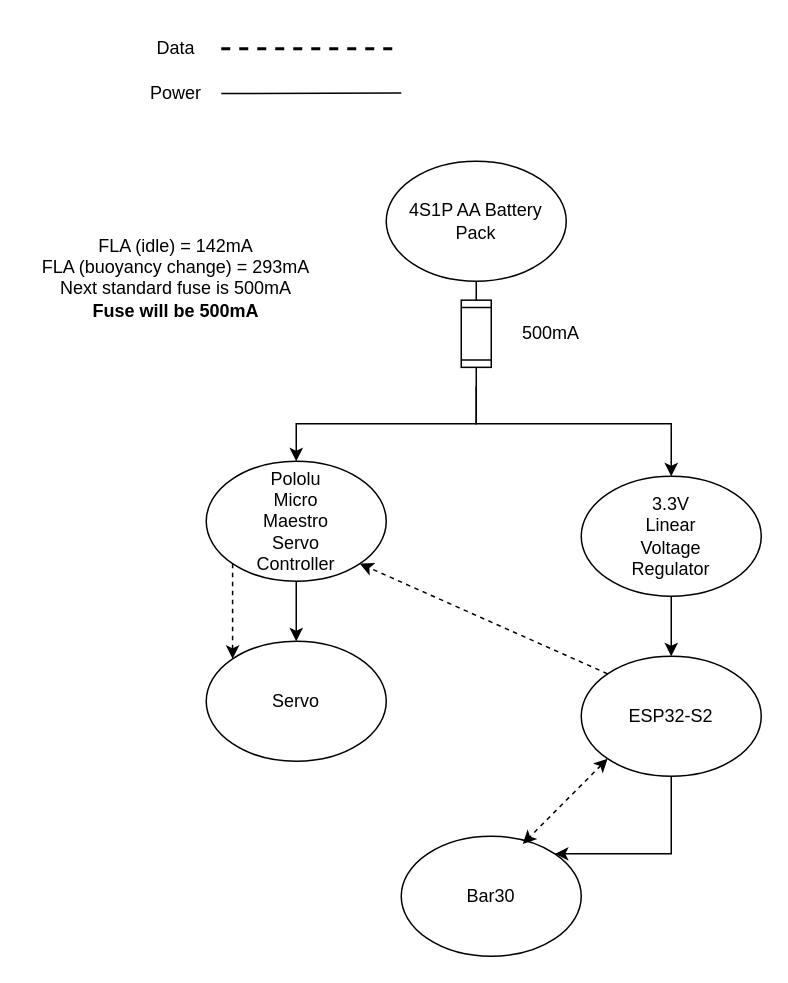
This is VerticalProfiler SID.drawio from markt006/MATEROVSIDS, a draw.io file, before an edit. Source tidied: cells renumbered, new cells numbered last; positions are measured from the earlier drawing's top-left corner, leaving out a move shared by most shapes. Both pictures are drawn from the tidied source at 150%, with x=0, y=0 at pixel (26, 26).
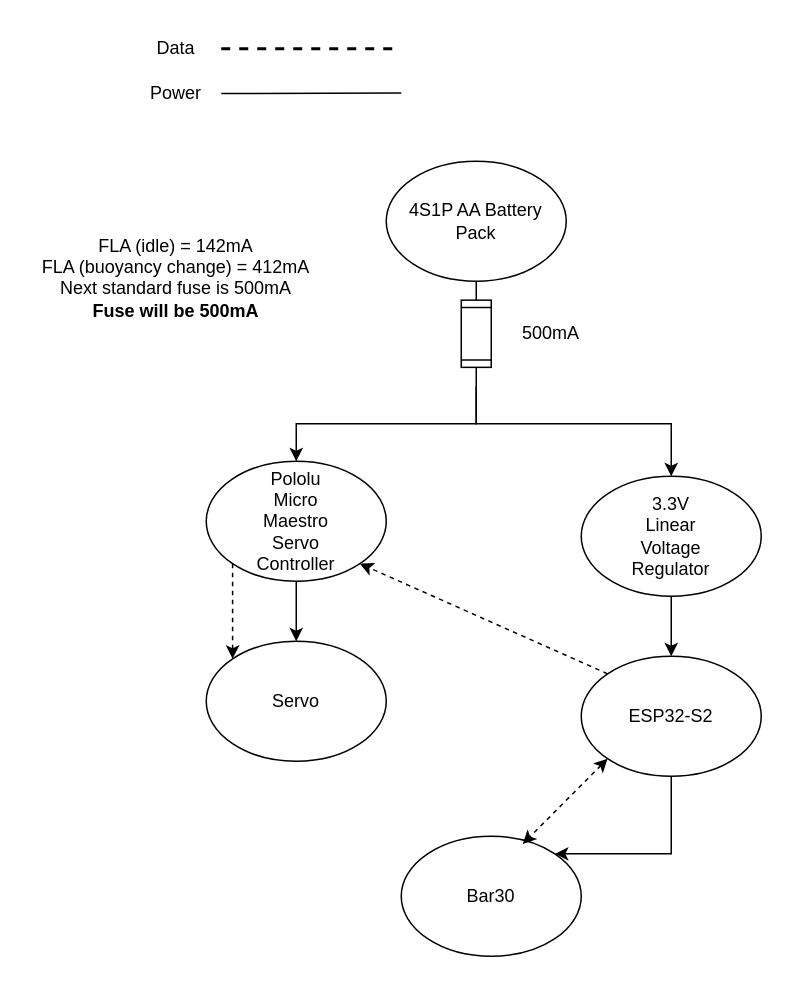
Above is the later version.

Diff of the diagram source:
```diff
@@
-    <mxCell id="14" value="&lt;div&gt;FLA (idle) = 142mA&lt;/div&gt;&lt;div&gt;FLA (buoyancy change) = 293mA&lt;/div&gt;&lt;div&gt;Next standard fuse is 500mA&lt;/div&gt;&lt;div&gt;&lt;b&gt;Fuse will be 500mA&lt;/b&gt;&lt;/div&gt;&lt;div&gt;&lt;br&gt;&lt;/div&gt;" style="text;html=1;align=center;verticalAlign=middle;whiteSpace=wrap;rounded=0;" parent="1" vertex="1" collapsed="1">
+    <mxCell id="14" value="&lt;div&gt;FLA (idle) = 142mA&lt;/div&gt;&lt;div&gt;FLA (buoyancy change) = 412mA&lt;/div&gt;&lt;div&gt;Next standard fuse is 500mA&lt;/div&gt;&lt;div&gt;&lt;b&gt;Fuse will be 500mA&lt;/b&gt;&lt;/div&gt;&lt;div&gt;&lt;br&gt;&lt;/div&gt;" style="text;html=1;align=center;verticalAlign=middle;whiteSpace=wrap;rounded=0;" parent="1" vertex="1" collapsed="1">
       <mxGeometry y="160" width="200" height="30" as="geometry" />
     </mxCell>
```
